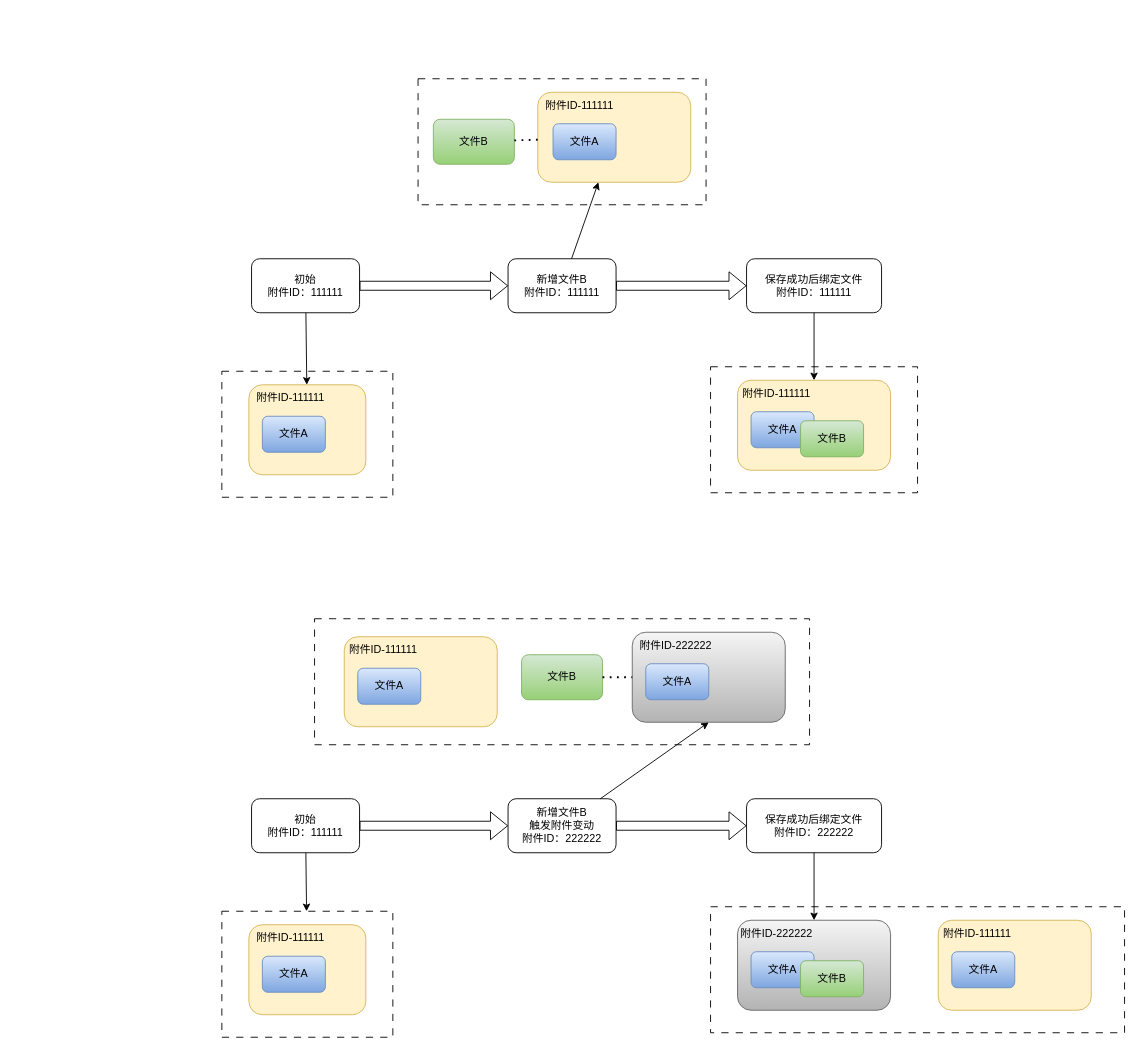
Before: 附件审批.drawio in Super-YYQ/drawIo, a draw.io diagram. Source tidied: cells renumbered, new cells numbered last; positions are measured from the earlier drawing's top-left corner, leaving out a move shared by most shapes. Both pictures are drawn from the tidied source at 90%, with x=0, y=0 at pixel (221, 78).
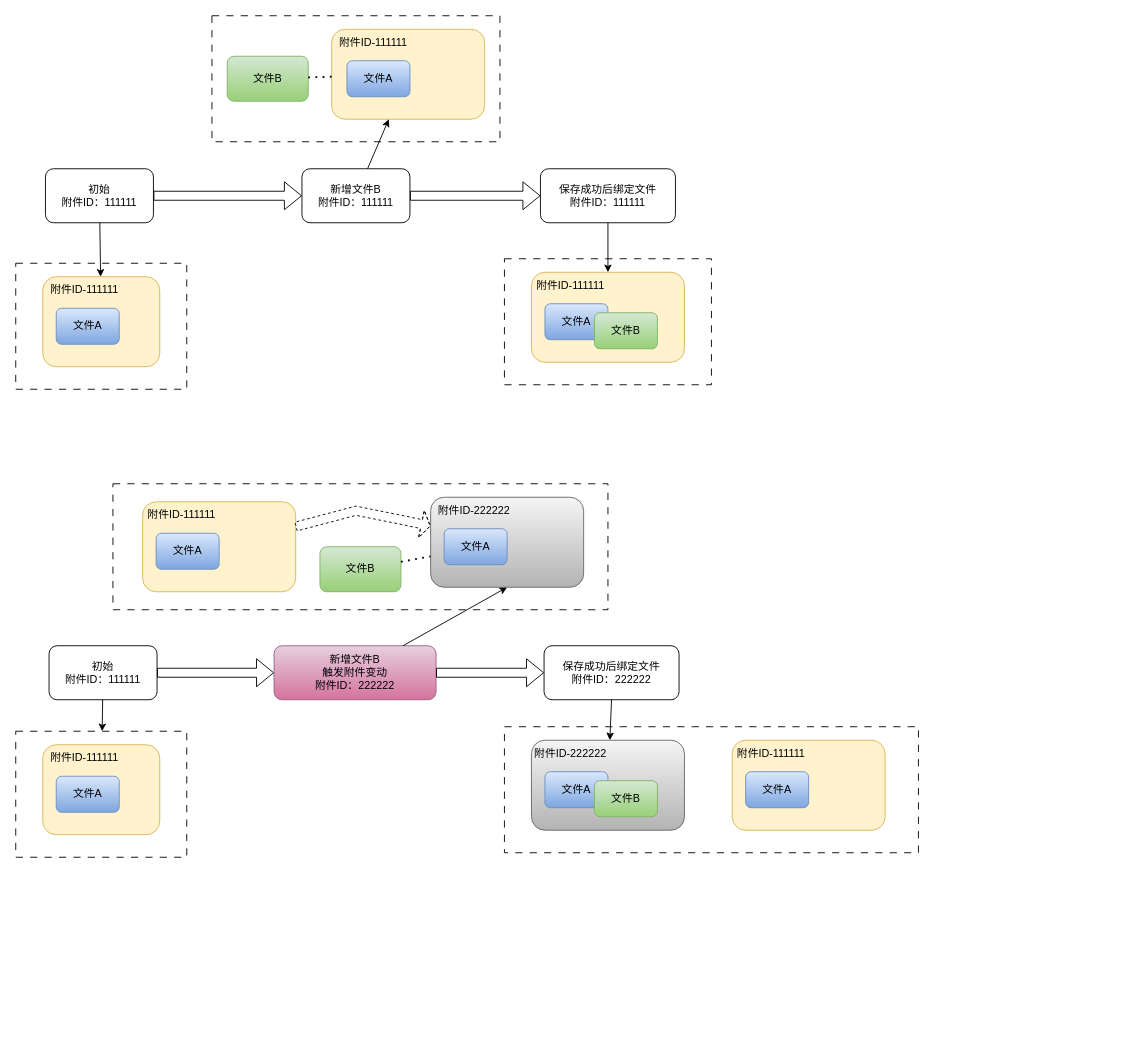
After the change.

Commit message (it also covers changes not shown here):
更新附件审批.drawio

The edit, as a diff of the source:
```diff
@@
     <mxCell id="2" style="rounded=0;whiteSpace=wrap;html=1;dashed=1;dashPattern=8 8;" parent="1" vertex="1">
-      <mxGeometry x="218" width="320" height="140" as="geometry" />
+      <mxGeometry x="-11" y="-70" width="320" height="140" as="geometry" />
     </mxCell>
     <mxCell id="3" value="文件B" style="rounded=1;whiteSpace=wrap;html=1;fillColor=#d5e8d4;gradientColor=#97d077;strokeColor=#82b366;" parent="1" vertex="1">
-      <mxGeometry x="235" y="45" width="90" height="50" as="geometry" />
+      <mxGeometry x="6" y="-25" width="90" height="50" as="geometry" />
     </mxCell>
     <mxCell id="4" style="rounded=1;whiteSpace=wrap;html=1;fillColor=#fff2cc;strokeColor=#d6b656;" parent="1" vertex="1">
-      <mxGeometry x="351" y="15" width="170" height="100" as="geometry" />
+      <mxGeometry x="122" y="-55" width="170" height="100" as="geometry" />
     </mxCell>
     <mxCell id="5" value="文件A" style="rounded=1;whiteSpace=wrap;html=1;fillColor=#dae8fc;gradientColor=#7ea6e0;strokeColor=#6c8ebf;" parent="1" vertex="1">
-      <mxGeometry x="368" y="50" width="70" height="40" as="geometry" />
+      <mxGeometry x="139" y="-20" width="70" height="40" as="geometry" />
     </mxCell>
     <mxCell id="6" value="新增文件B&lt;br&gt;附件ID：111111" style="rounded=1;whiteSpace=wrap;html=1;" parent="1" vertex="1">
-      <mxGeometry x="318" y="200" width="120" height="60" as="geometry" />
+      <mxGeometry x="89" y="100" width="120" height="60" as="geometry" />
     </mxCell>
     <mxCell id="7" value="初始&lt;br&gt;附件ID：111111" style="rounded=1;whiteSpace=wrap;html=1;" parent="1" vertex="1">
-      <mxGeometry x="33" y="200" width="120" height="60" as="geometry" />
+      <mxGeometry x="-196" y="100" width="120" height="60" as="geometry" />
     </mxCell>
     <mxCell id="8" style="rounded=0;whiteSpace=wrap;html=1;dashed=1;dashPattern=8 8;" parent="1" vertex="1">
-      <mxGeometry y="325" width="190" height="140" as="geometry" />
+      <mxGeometry x="-229" y="205" width="190" height="140" as="geometry" />
     </mxCell>
     <mxCell id="9" style="rounded=1;whiteSpace=wrap;html=1;fillColor=#fff2cc;strokeColor=#d6b656;" parent="1" vertex="1">
-      <mxGeometry x="30" y="340" width="130" height="100" as="geometry" />
+      <mxGeometry x="-199" y="220" width="130" height="100" as="geometry" />
     </mxCell>
     <mxCell id="10" value="文件A" style="rounded=1;whiteSpace=wrap;html=1;fillColor=#dae8fc;gradientColor=#7ea6e0;strokeColor=#6c8ebf;" parent="1" vertex="1">
-      <mxGeometry x="45" y="375" width="70" height="40" as="geometry" />
+      <mxGeometry x="-184" y="255" width="70" height="40" as="geometry" />
     </mxCell>
     <mxCell id="11" value="附件ID-111111" style="text;html=1;align=center;verticalAlign=middle;whiteSpace=wrap;rounded=0;" parent="1" vertex="1">
-      <mxGeometry x="30" y="340" width="93" height="30" as="geometry" />
+      <mxGeometry x="-199" y="220" width="93" height="30" as="geometry" />
     </mxCell>
@@
     <mxCell id="13" value="附件ID-111111" style="text;html=1;align=center;verticalAlign=middle;whiteSpace=wrap;rounded=0;" parent="1" vertex="1">
-      <mxGeometry x="351" y="15" width="93" height="30" as="geometry" />
+      <mxGeometry x="122" y="-55" width="93" height="30" as="geometry" />
     </mxCell>
     <mxCell id="14" value="保存成功后绑定文件&lt;div&gt;附件ID：111111&lt;/div&gt;" style="rounded=1;whiteSpace=wrap;html=1;" parent="1" vertex="1">
-      <mxGeometry x="583" y="200" width="150" height="60" as="geometry" />
+      <mxGeometry x="354" y="100" width="150" height="60" as="geometry" />
     </mxCell>
@@
     <mxCell id="16" style="rounded=0;whiteSpace=wrap;html=1;dashed=1;dashPattern=8 8;" parent="1" vertex="1">
-      <mxGeometry x="543" y="320" width="230" height="140" as="geometry" />
+      <mxGeometry x="314" y="200" width="230" height="140" as="geometry" />
     </mxCell>
     <mxCell id="17" style="rounded=1;whiteSpace=wrap;html=1;fillColor=#fff2cc;strokeColor=#d6b656;" parent="1" vertex="1">
-      <mxGeometry x="573" y="335" width="170" height="100" as="geometry" />
+      <mxGeometry x="344" y="215" width="170" height="100" as="geometry" />
     </mxCell>
     <mxCell id="18" value="文件A" style="rounded=1;whiteSpace=wrap;html=1;fillColor=#dae8fc;gradientColor=#7ea6e0;strokeColor=#6c8ebf;" parent="1" vertex="1">
-      <mxGeometry x="588" y="370" width="70" height="40" as="geometry" />
+      <mxGeometry x="359" y="250" width="70" height="40" as="geometry" />
     </mxCell>
     <mxCell id="19" value="附件ID-111111" style="text;html=1;align=center;verticalAlign=middle;whiteSpace=wrap;rounded=0;" parent="1" vertex="1">
-      <mxGeometry x="570" y="335" width="93" height="30" as="geometry" />
+      <mxGeometry x="341" y="215" width="93" height="30" as="geometry" />
     </mxCell>
     <mxCell id="20" value="文件B" style="rounded=1;whiteSpace=wrap;html=1;fillColor=#d5e8d4;gradientColor=#97d077;strokeColor=#82b366;" parent="1" vertex="1">
-      <mxGeometry x="643" y="380" width="70" height="40" as="geometry" />
+      <mxGeometry x="414" y="260" width="70" height="40" as="geometry" />
     </mxCell>
@@
     <mxCell id="23" style="endArrow=classic;html=1;rounded=0;" parent="1" edge="1" target="17">
       <mxGeometry relative="1" as="geometry">
-        <mxPoint x="658" y="260" as="sourcePoint" />
+        <mxPoint x="429" y="160" as="sourcePoint" />
       </mxGeometry>
     </mxCell>
     <mxCell id="24" style="rounded=0;whiteSpace=wrap;html=1;dashed=1;dashPattern=8 8;" parent="1" vertex="1">
-      <mxGeometry x="103" y="600" width="550" height="140" as="geometry" />
+      <mxGeometry x="-121" y="450" width="550" height="140" as="geometry" />
     </mxCell>
     <mxCell id="25" value="文件B" style="rounded=1;whiteSpace=wrap;html=1;fillColor=#d5e8d4;gradientColor=#97d077;strokeColor=#82b366;" parent="1" vertex="1">
-      <mxGeometry x="333" y="640" width="90" height="50" as="geometry" />
+      <mxGeometry x="109" y="520" width="90" height="50" as="geometry" />
     </mxCell>
     <mxCell id="26" style="rounded=1;whiteSpace=wrap;html=1;fillColor=#fff2cc;strokeColor=#d6b656;" parent="1" vertex="1">
-      <mxGeometry x="136" y="620" width="170" height="100" as="geometry" />
+      <mxGeometry x="-88" y="470" width="170" height="100" as="geometry" />
     </mxCell>
     <mxCell id="27" value="文件A" style="rounded=1;whiteSpace=wrap;html=1;fillColor=#dae8fc;gradientColor=#7ea6e0;strokeColor=#6c8ebf;" parent="1" vertex="1">
-      <mxGeometry x="151" y="655" width="70" height="40" as="geometry" />
+      <mxGeometry x="-73" y="505" width="70" height="40" as="geometry" />
     </mxCell>
-    <mxCell id="28" value="新增文件B&lt;br&gt;触发附件变动&lt;br&gt;附件ID：222222" style="rounded=1;whiteSpace=wrap;html=1;" parent="1" vertex="1">
-      <mxGeometry x="318" y="800" width="120" height="60" as="geometry" />
+    <mxCell id="28" value="新增文件B&lt;br&gt;触发附件变动&lt;br&gt;附件ID：222222" style="rounded=1;whiteSpace=wrap;html=1;fillColor=#e6d0de;gradientColor=#d5739d;strokeColor=#996185;" parent="1" vertex="1">
+      <mxGeometry x="58" y="630" width="180" height="60" as="geometry" />
     </mxCell>
     <mxCell id="29" value="初始&lt;br&gt;附件ID：111111" style="rounded=1;whiteSpace=wrap;html=1;" parent="1" vertex="1">
-      <mxGeometry x="33" y="800" width="120" height="60" as="geometry" />
+      <mxGeometry x="-192" y="630" width="120" height="60" as="geometry" />
     </mxCell>
     <mxCell id="30" style="rounded=0;whiteSpace=wrap;html=1;dashed=1;dashPattern=8 8;" parent="1" vertex="1">
-      <mxGeometry y="925" width="190" height="140" as="geometry" />
+      <mxGeometry x="-229" y="725" width="190" height="140" as="geometry" />
     </mxCell>
     <mxCell id="31" style="rounded=1;whiteSpace=wrap;html=1;fillColor=#fff2cc;strokeColor=#d6b656;" parent="1" vertex="1">
-      <mxGeometry x="30" y="940" width="130" height="100" as="geometry" />
+      <mxGeometry x="-199" y="740" width="130" height="100" as="geometry" />
     </mxCell>
     <mxCell id="32" value="文件A" style="rounded=1;whiteSpace=wrap;html=1;fillColor=#dae8fc;gradientColor=#7ea6e0;strokeColor=#6c8ebf;" parent="1" vertex="1">
-      <mxGeometry x="45" y="975" width="70" height="40" as="geometry" />
+      <mxGeometry x="-184" y="775" width="70" height="40" as="geometry" />
     </mxCell>
     <mxCell id="33" value="附件ID-111111" style="text;html=1;align=center;verticalAlign=middle;whiteSpace=wrap;rounded=0;" parent="1" vertex="1">
-      <mxGeometry x="30" y="940" width="93" height="30" as="geometry" />
+      <mxGeometry x="-199" y="740" width="93" height="30" as="geometry" />
     </mxCell>
@@
     <mxCell id="35" value="附件ID-111111" style="text;html=1;align=center;verticalAlign=middle;whiteSpace=wrap;rounded=0;" parent="1" vertex="1">
-      <mxGeometry x="133" y="620" width="93" height="30" as="geometry" />
+      <mxGeometry x="-91" y="470" width="93" height="30" as="geometry" />
     </mxCell>
     <mxCell id="36" value="保存成功后绑定文件&lt;br&gt;附件ID：222222" style="rounded=1;whiteSpace=wrap;html=1;" parent="1" vertex="1">
-      <mxGeometry x="583" y="800" width="150" height="60" as="geometry" />
+      <mxGeometry x="358" y="630" width="150" height="60" as="geometry" />
     </mxCell>
@@
     <mxCell id="38" style="rounded=0;whiteSpace=wrap;html=1;dashed=1;dashPattern=8 8;" parent="1" vertex="1">
-      <mxGeometry x="543" y="920" width="460" height="140" as="geometry" />
+      <mxGeometry x="314" y="720" width="460" height="140" as="geometry" />
     </mxCell>
     <mxCell id="39" style="rounded=1;whiteSpace=wrap;html=1;fillColor=#f5f5f5;strokeColor=#666666;gradientColor=#b3b3b3;" parent="1" vertex="1">
-      <mxGeometry x="573" y="935" width="170" height="100" as="geometry" />
+      <mxGeometry x="344" y="735" width="170" height="100" as="geometry" />
     </mxCell>
     <mxCell id="40" value="文件A" style="rounded=1;whiteSpace=wrap;html=1;fillColor=#dae8fc;gradientColor=#7ea6e0;strokeColor=#6c8ebf;" parent="1" vertex="1">
-      <mxGeometry x="588" y="970" width="70" height="40" as="geometry" />
+      <mxGeometry x="359" y="770" width="70" height="40" as="geometry" />
     </mxCell>
     <mxCell id="41" value="附件ID-222222" style="text;html=1;align=center;verticalAlign=middle;whiteSpace=wrap;rounded=0;" parent="1" vertex="1">
-      <mxGeometry x="570" y="935" width="93" height="30" as="geometry" />
+      <mxGeometry x="341" y="735" width="93" height="30" as="geometry" />
     </mxCell>
     <mxCell id="42" value="文件B" style="rounded=1;whiteSpace=wrap;html=1;fillColor=#d5e8d4;gradientColor=#97d077;strokeColor=#82b366;" parent="1" vertex="1">
-      <mxGeometry x="643" y="980" width="70" height="40" as="geometry" />
+      <mxGeometry x="414" y="780" width="70" height="40" as="geometry" />
     </mxCell>
@@
     <mxCell id="45" style="endArrow=classic;html=1;rounded=0;" parent="1" edge="1" target="39">
       <mxGeometry relative="1" as="geometry">
-        <mxPoint x="658" y="860" as="sourcePoint" />
+        <mxPoint x="433" y="690" as="sourcePoint" />
       </mxGeometry>
     </mxCell>
     <mxCell id="46" style="rounded=1;whiteSpace=wrap;html=1;fillColor=#f5f5f5;strokeColor=#666666;gradientColor=#b3b3b3;" parent="1" vertex="1">
-      <mxGeometry x="456" y="615" width="170" height="100" as="geometry" />
+      <mxGeometry x="232" y="465" width="170" height="100" as="geometry" />
     </mxCell>
     <mxCell id="47" value="文件A" style="rounded=1;whiteSpace=wrap;html=1;fillColor=#dae8fc;gradientColor=#7ea6e0;strokeColor=#6c8ebf;" parent="1" vertex="1">
-      <mxGeometry x="471" y="650" width="70" height="40" as="geometry" />
+      <mxGeometry x="247" y="500" width="70" height="40" as="geometry" />
     </mxCell>
     <mxCell id="48" value="附件ID-222222" style="text;html=1;align=center;verticalAlign=middle;whiteSpace=wrap;rounded=0;" parent="1" vertex="1">
-      <mxGeometry x="458" y="615" width="93" height="30" as="geometry" />
+      <mxGeometry x="234" y="465" width="93" height="30" as="geometry" />
     </mxCell>
@@
     <mxCell id="51" style="rounded=1;whiteSpace=wrap;html=1;fillColor=#fff2cc;strokeColor=#d6b656;" parent="1" vertex="1">
-      <mxGeometry x="796" y="935" width="170" height="100" as="geometry" />
+      <mxGeometry x="567" y="735" width="170" height="100" as="geometry" />
     </mxCell>
     <mxCell id="52" value="文件A" style="rounded=1;whiteSpace=wrap;html=1;fillColor=#dae8fc;gradientColor=#7ea6e0;strokeColor=#6c8ebf;" parent="1" vertex="1">
-      <mxGeometry x="811" y="970" width="70" height="40" as="geometry" />
+      <mxGeometry x="582" y="770" width="70" height="40" as="geometry" />
     </mxCell>
     <mxCell id="53" value="附件ID-111111" style="text;html=1;align=center;verticalAlign=middle;whiteSpace=wrap;rounded=0;" parent="1" vertex="1">
-      <mxGeometry x="793" y="935" width="93" height="30" as="geometry" />
+      <mxGeometry x="564" y="735" width="93" height="30" as="geometry" />
     </mxCell>
+    <mxCell id="54" style="shape=flexArrow;endArrow=classic;html=1;rounded=0;dashed=1;endSize=3;startSize=3;arcSize=20;" parent="1" edge="1" source="26" target="46">
+      <mxGeometry relative="1" as="geometry">
+        <Array as="points">
+          <mxPoint x="149" y="480" />
+          <mxPoint x="199" y="490" />
+        </Array>
+      </mxGeometry>
+    </mxCell>
```
